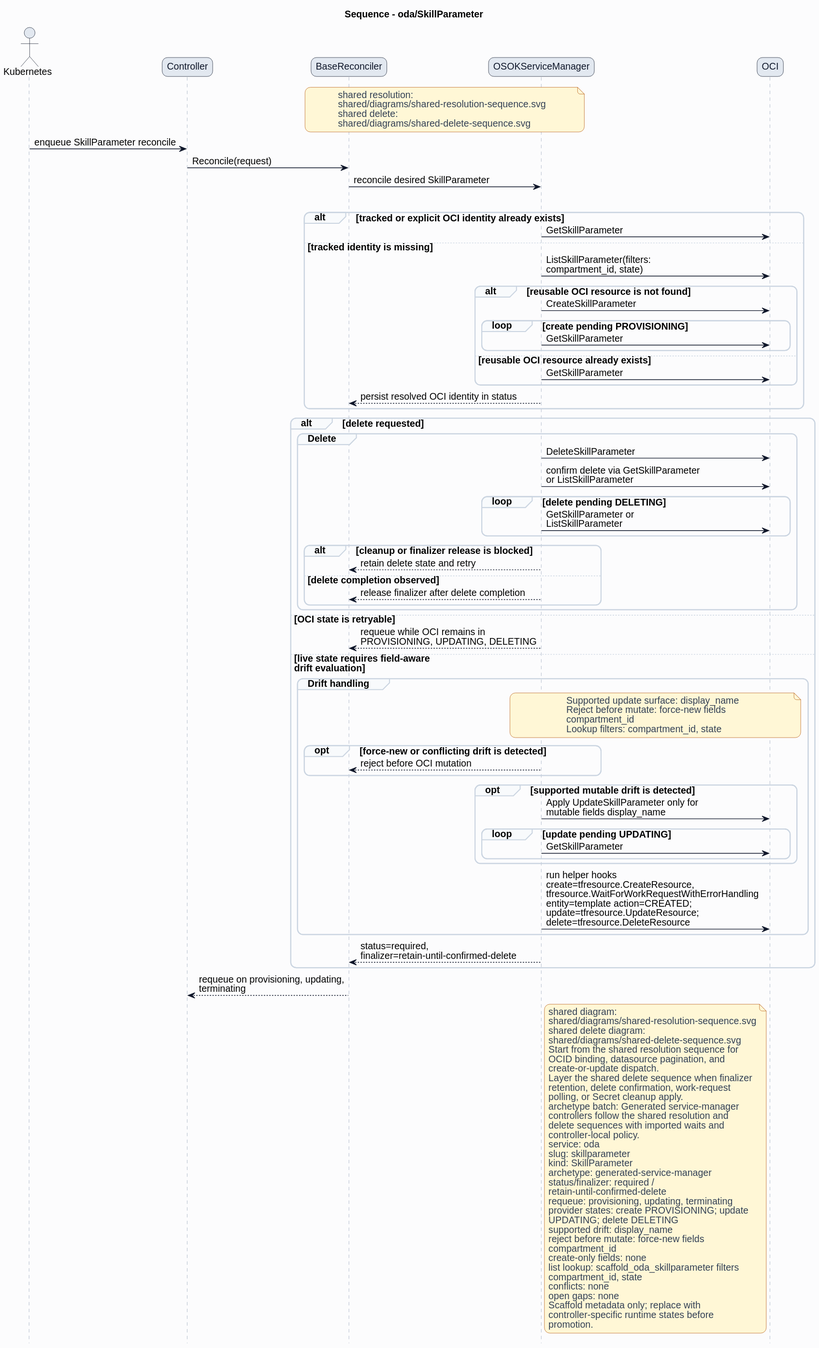
Above: formal/controllers/oda/skillparameter/diagrams/sequence.svg in HaoyL666/oci-service-operator (PlantUML), before the change. Source of this version:
```plantuml
@startuml
skinparam shadowing false
skinparam backgroundColor #fcfcfd
skinparam defaultFontName Helvetica
skinparam defaultFontSize 14
skinparam arrowColor #0f172a
skinparam noteBackgroundColor #fff7d6
skinparam noteBorderColor #b45309
skinparam noteFontColor #334155
skinparam roundcorner 16
title Sequence - oda/SkillParameter
hide footbox
skinparam sequence {
  actorBorderColor #0f172a
  actorBackgroundColor #e2e8f0
  participantBorderColor #0f172a
  participantBackgroundColor #e2e8f0
  participantFontColor #0f172a
  lifeLineBorderColor #94a3b8
  groupBorderColor #cbd5e1
  groupBackgroundColor #f8fafc
}
actor Kubernetes
participant Controller
participant BaseReconciler
participant "OSOKServiceManager" as ServiceManager
participant OCI
note over BaseReconciler,ServiceManager
shared resolution:
shared/diagrams/shared-resolution-sequence.svg
shared delete:
shared/diagrams/shared-delete-sequence.svg
end note
Kubernetes -> Controller: enqueue SkillParameter reconcile
Controller -> BaseReconciler: Reconcile(request)
BaseReconciler -> ServiceManager: reconcile desired SkillParameter
group Lookup and bind
alt tracked or explicit OCI identity already exists
ServiceManager -> OCI: GetSkillParameter
else tracked identity is missing
ServiceManager -> OCI: ListSkillParameter(filters:\ncompartment_id, state)
alt reusable OCI resource is not found
ServiceManager -> OCI: CreateSkillParameter
loop create pending PROVISIONING
ServiceManager -> OCI: GetSkillParameter
end
else reusable OCI resource already exists
ServiceManager -> OCI: GetSkillParameter
end
ServiceManager --> BaseReconciler: persist resolved OCI identity in status
end
alt delete requested
group Delete
ServiceManager -> OCI: DeleteSkillParameter
ServiceManager -> OCI: confirm delete via GetSkillParameter\nor ListSkillParameter
loop delete pending DELETING
ServiceManager -> OCI: GetSkillParameter or\nListSkillParameter
end
alt cleanup or finalizer release is blocked
ServiceManager --> BaseReconciler: retain delete state and retry
else delete completion observed
ServiceManager --> BaseReconciler: release finalizer after delete completion
end
end
else OCI state is retryable
ServiceManager --> BaseReconciler: requeue while OCI remains in\nPROVISIONING, UPDATING, DELETING
else live state requires field-aware\ndrift evaluation
group Drift handling
note over ServiceManager,OCI
Supported update surface: display_name
Reject before mutate: force-new fields
compartment_id
Lookup filters: compartment_id, state
end note
opt force-new or conflicting drift is detected
ServiceManager --> BaseReconciler: reject before OCI mutation
end
opt supported mutable drift is detected
ServiceManager -> OCI: Apply UpdateSkillParameter only for\nmutable fields display_name
loop update pending UPDATING
ServiceManager -> OCI: GetSkillParameter
end
end
ServiceManager -> OCI: run helper hooks\ncreate=tfresource.CreateResource,\ntfresource.WaitForWorkRequestWithErrorHandling\nentity=template action=CREATED;\nupdate=tfresource.UpdateResource;\ndelete=tfresource.DeleteResource
end
ServiceManager --> BaseReconciler: status=required,\nfinalizer=retain-until-confirmed-delete
end
BaseReconciler --> Controller: requeue on provisioning, updating,\nterminating
note right of ServiceManager
shared diagram:
shared/diagrams/shared-resolution-sequence.svg
shared delete diagram:
shared/diagrams/shared-delete-sequence.svg
Start from the shared resolution sequence for
OCID binding, datasource pagination, and
create-or-update dispatch.
Layer the shared delete sequence when finalizer
retention, delete confirmation, work-request
polling, or Secret cleanup apply.
archetype batch: Generated service-manager
controllers follow the shared resolution and
delete sequences with imported waits and
controller-local policy.
service: oda
slug: skillparameter
kind: SkillParameter
archetype: generated-service-manager
status/finalizer: required /
retain-until-confirmed-delete
requeue: provisioning, updating, terminating
provider states: create PROVISIONING; update
UPDATING; delete DELETING
supported drift: display_name
reject before mutate: force-new fields
compartment_id
create-only fields: none
list lookup: scaffold_oda_skillparameter filters
compartment_id, state
conflicts: none
open gaps: none
Scaffold metadata only; replace with
controller-specific runtime states before
promotion.
end note
@enduml
```
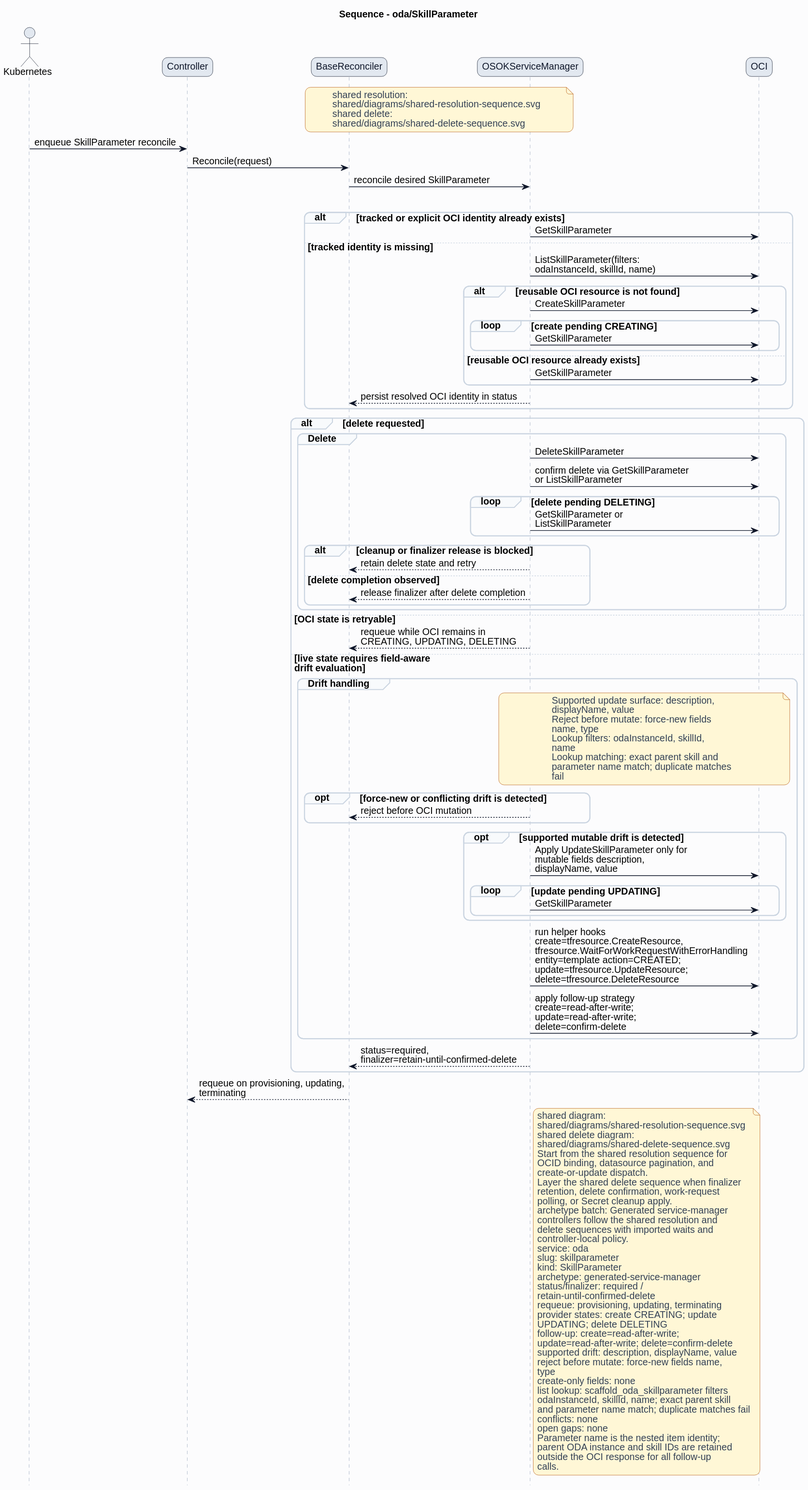
The same file after the commit.

Diff of the diagram source:
```diff
@@ -38,10 +38,10 @@
 alt tracked or explicit OCI identity already exists
 ServiceManager -> OCI: GetSkillParameter
 else tracked identity is missing
-ServiceManager -> OCI: ListSkillParameter(filters:\ncompartment_id, state)
+ServiceManager -> OCI: ListSkillParameter(filters:\nodaInstanceId, skillId, name)
 alt reusable OCI resource is not found
 ServiceManager -> OCI: CreateSkillParameter
-loop create pending PROVISIONING
+loop create pending CREATING
 ServiceManager -> OCI: GetSkillParameter
 end
 else reusable OCI resource already exists
@@ -63,25 +63,31 @@
 end
 end
 else OCI state is retryable
-ServiceManager --> BaseReconciler: requeue while OCI remains in\nPROVISIONING, UPDATING, DELETING
+ServiceManager --> BaseReconciler: requeue while OCI remains in\nCREATING, UPDATING, DELETING
 else live state requires field-aware\ndrift evaluation
 group Drift handling
 note over ServiceManager,OCI
-Supported update surface: display_name
+Supported update surface: description,
+displayName, value
 Reject before mutate: force-new fields
-compartment_id
-Lookup filters: compartment_id, state
+name, type
+Lookup filters: odaInstanceId, skillId,
+name
+Lookup matching: exact parent skill and
+parameter name match; duplicate matches
+fail
 end note
 opt force-new or conflicting drift is detected
 ServiceManager --> BaseReconciler: reject before OCI mutation
 end
 opt supported mutable drift is detected
-ServiceManager -> OCI: Apply UpdateSkillParameter only for\nmutable fields display_name
+ServiceManager -> OCI: Apply UpdateSkillParameter only for\nmutable fields description,\ndisplayName, value
 loop update pending UPDATING
 ServiceManager -> OCI: GetSkillParameter
 end
 end
 ServiceManager -> OCI: run helper hooks\ncreate=tfresource.CreateResource,\ntfresource.WaitForWorkRequestWithErrorHandling\nentity=template action=CREATED;\nupdate=tfresource.UpdateResource;\ndelete=tfresource.DeleteResource
+ServiceManager -> OCI: apply follow-up strategy\ncreate=read-after-write;\nupdate=read-after-write;\ndelete=confirm-delete
 end
 ServiceManager --> BaseReconciler: status=required,\nfinalizer=retain-until-confirmed-delete
 end
@@ -108,18 +114,22 @@
 status/finalizer: required /
 retain-until-confirmed-delete
 requeue: provisioning, updating, terminating
-provider states: create PROVISIONING; update
+provider states: create CREATING; update
 UPDATING; delete DELETING
-supported drift: display_name
-reject before mutate: force-new fields
-compartment_id
+follow-up: create=read-after-write;
+update=read-after-write; delete=confirm-delete
+supported drift: description, displayName, value
+reject before mutate: force-new fields name,
+type
 create-only fields: none
 list lookup: scaffold_oda_skillparameter filters
-compartment_id, state
+odaInstanceId, skillId, name; exact parent skill
+and parameter name match; duplicate matches fail
 conflicts: none
 open gaps: none
-Scaffold metadata only; replace with
-controller-specific runtime states before
-promotion.
+Parameter name is the nested item identity;
+parent ODA instance and skill IDs are retained
+outside the OCI response for all follow-up
+calls.
 end note
 @enduml
```
